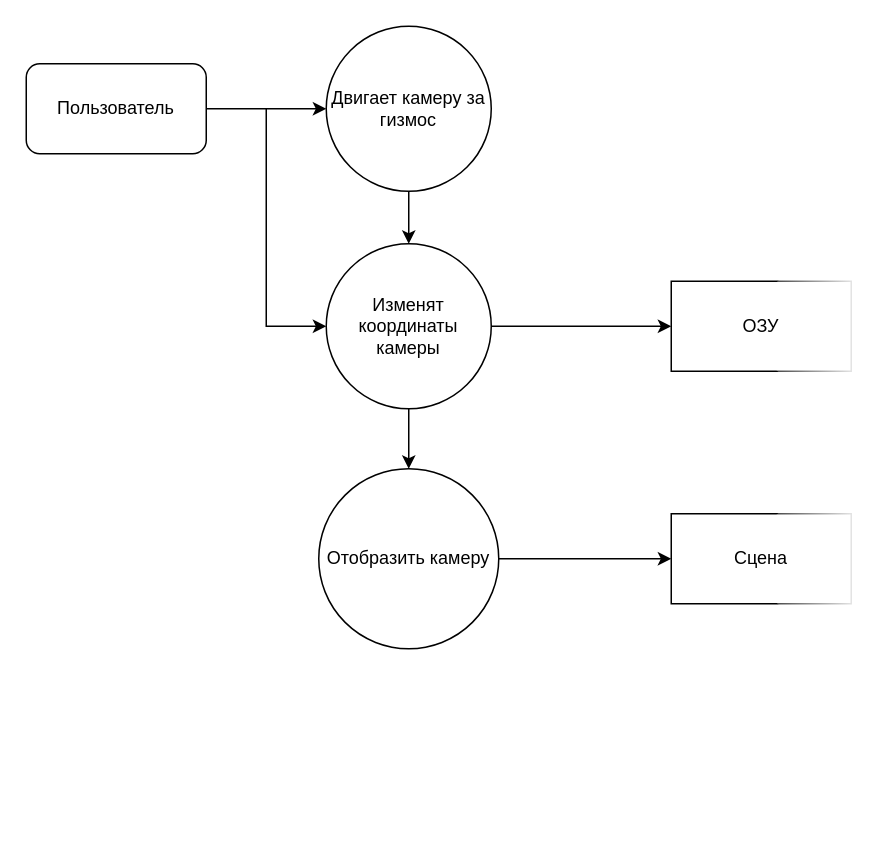
Above: page "3 Редактирование камеры" (3 of 10) of dfd/dfd.drawio in c0sx/3d-model-viewer-design (draw.io), before the change. Source tidied: cells renumbered, new cells numbered last; positions are measured from the earlier drawing's top-left corner, leaving out a move shared by most shapes. Both pictures are drawn from the tidied source at 150%, with x=0, y=0 at pixel (26, 26).
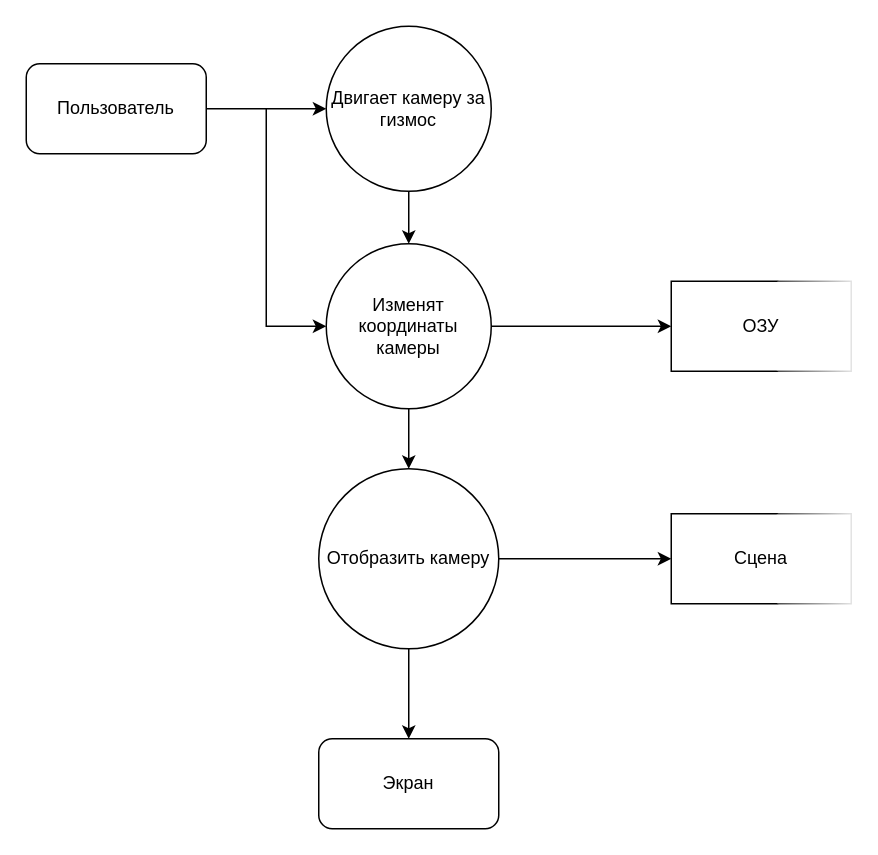
After the change.

Diff of the diagram source:
```diff
@@
 <mxGraphModel>
   <root>
     <mxCell id="0" />
     <mxCell id="1" parent="0" />
     <mxCell id="2" value="Пользователь" style="rounded=1;whiteSpace=wrap;html=1;" parent="1" vertex="1">
       <mxGeometry y="25" width="120" height="60" as="geometry" />
     </mxCell>
     <mxCell id="3" value="Изменят координаты камеры" style="ellipse;whiteSpace=wrap;html=1;" parent="1" vertex="1">
       <mxGeometry x="200" y="145" width="110" height="110" as="geometry" />
     </mxCell>
     <mxCell id="4" style="endArrow=classic;html=1;entryX=0;entryY=0.5;entryDx=0;entryDy=0;" parent="1" edge="1" target="7">
       <mxGeometry relative="1" as="geometry">
         <mxPoint x="120" y="55" as="sourcePoint" />
       </mxGeometry>
     </mxCell>
     <mxCell id="5" value="ОЗУ" style="rounded=0;whiteSpace=wrap;html=1;perimeterSpacing=0;shadow=0;sketch=0;glass=1;direction=south;" parent="1" vertex="1">
       <mxGeometry x="430" y="170" width="120" height="60" as="geometry" />
     </mxCell>
     <mxCell id="6" style="edgeStyle=orthogonalEdgeStyle;rounded=0;jettySize=auto;html=1;" parent="1" edge="1" source="7" target="3">
       <mxGeometry relative="1" as="geometry" />
     </mxCell>
     <mxCell id="7" value="Двигает камеру за гизмос" style="ellipse;whiteSpace=wrap;html=1;" parent="1" vertex="1">
       <mxGeometry x="200" width="110" height="110" as="geometry" />
     </mxCell>
     <mxCell id="8" style="endArrow=classic;html=1;entryX=0;entryY=0.5;entryDx=0;entryDy=0;rounded=0;" parent="1" edge="1" target="3">
       <mxGeometry relative="1" as="geometry">
         <mxPoint x="160" y="55" as="sourcePoint" />
         <Array as="points">
           <mxPoint x="160" y="200" />
         </Array>
       </mxGeometry>
     </mxCell>
     <mxCell id="9" style="endArrow=classic;html=1;exitX=1;exitY=0.5;exitDx=0;exitDy=0;entryX=0.5;entryY=1;entryDx=0;entryDy=0;" parent="1" edge="1" source="3" target="5">
       <mxGeometry relative="1" as="geometry" />
     </mxCell>
+    <mxCell id="14" style="edgeStyle=orthogonalEdgeStyle;rounded=0;jettySize=auto;html=1;" parent="1" edge="1" source="10" target="15">
+      <mxGeometry relative="1" as="geometry" />
+    </mxCell>
     <mxCell id="10" value="Отобразить камеру" style="ellipse;whiteSpace=wrap;html=1;" parent="1" vertex="1">
       <mxGeometry x="195" y="295" width="120" height="120" as="geometry" />
     </mxCell>
     <mxCell id="11" style="endArrow=classic;html=1;exitX=1;exitY=0.5;exitDx=0;exitDy=0;entryX=0.5;entryY=1;entryDx=0;entryDy=0;" parent="1" edge="1" source="10" target="12">
       <mxGeometry relative="1" as="geometry" />
     </mxCell>
     <mxCell id="12" value="Сцена" style="rounded=0;whiteSpace=wrap;html=1;perimeterSpacing=0;shadow=0;sketch=0;glass=1;direction=south;" parent="1" vertex="1">
       <mxGeometry x="430" y="325" width="120" height="60" as="geometry" />
     </mxCell>
     <mxCell id="13" style="endArrow=classic;html=1;exitX=0.5;exitY=1;exitDx=0;exitDy=0;entryX=0.5;entryY=0;entryDx=0;entryDy=0;" parent="1" edge="1" source="3" target="10">
       <mxGeometry relative="1" as="geometry" />
     </mxCell>
+    <mxCell id="15" value="Экран" style="rounded=1;whiteSpace=wrap;html=1;" parent="1" vertex="1">
+      <mxGeometry x="195" y="475" width="120" height="60" as="geometry" />
+    </mxCell>
   </root>
 </mxGraphModel>
```
